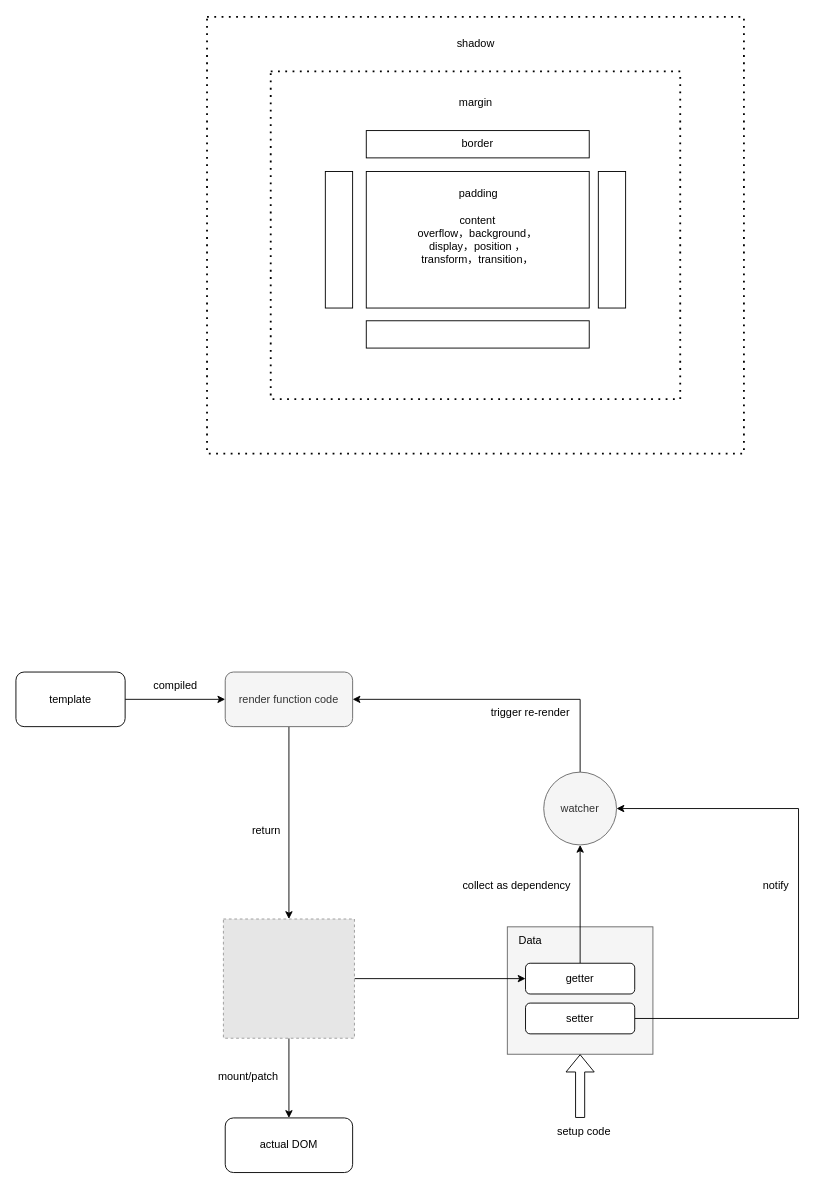
tearsmoon/drawio keeps this draw.io diagram as front_end.drawio. Above is the earlier version. Source tidied: cells renumbered, new cells numbered last; positions are measured from the earlier drawing's top-left corner, leaving out a move shared by most shapes. Both pictures are drawn from the tidied source at 91%, with x=0, y=0 at pixel (15, 16). Pictures stored in the file or linked from it are replaced by grey dashed boxes.
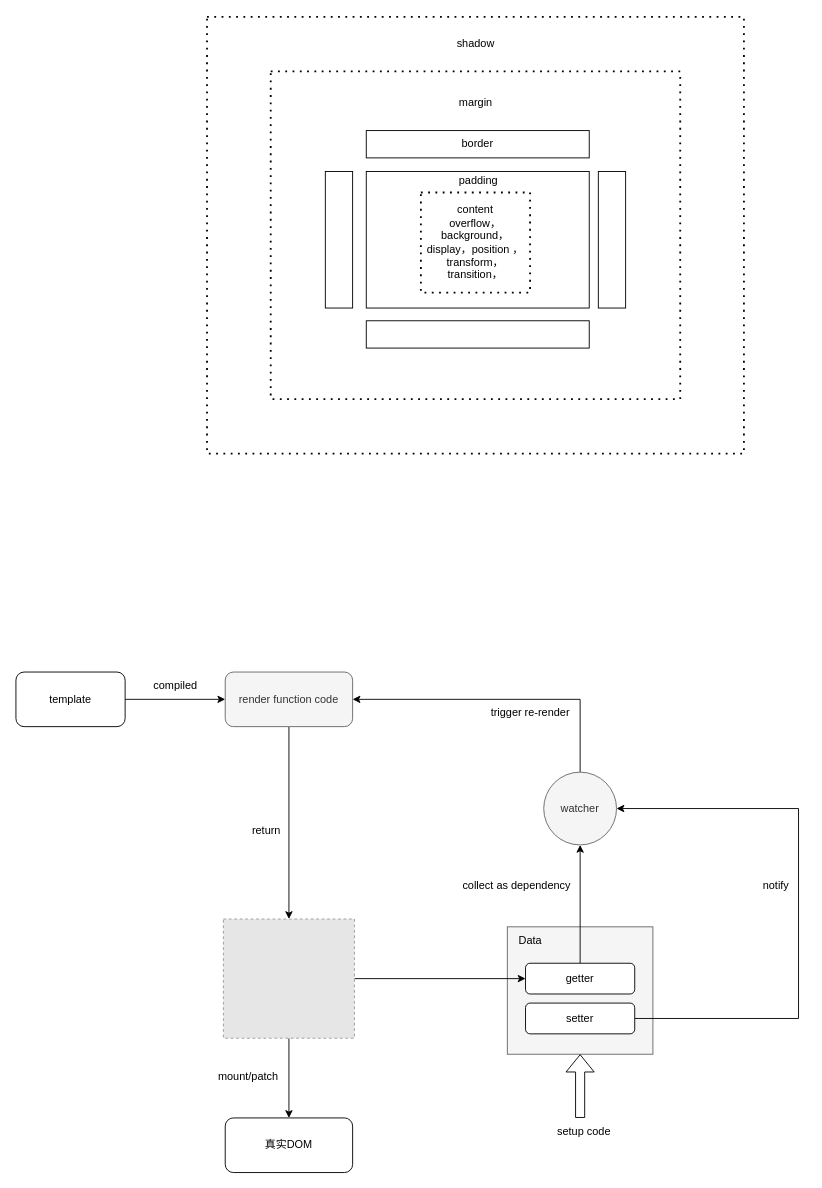
After the change.

The edit, as a diff of the source:
```diff
@@
-    <mxCell id="9" value="content&lt;br&gt;overflow，background，&lt;br&gt;display，position ，&lt;br&gt;transform，transition，" style="rounded=0;whiteSpace=wrap;html=1;" parent="1" vertex="1">
+    <mxCell id="9" style="rounded=0;whiteSpace=wrap;html=1;" parent="1" vertex="1">
       <mxGeometry x="385" y="170" width="245" height="150" as="geometry" />
     </mxCell>
     <mxCell id="10" value="padding" style="text;html=1;align=center;verticalAlign=middle;strokeColor=none;fillColor=none;" parent="1" vertex="1">
-      <mxGeometry x="472.5" y="180" width="70" height="30" as="geometry" />
+      <mxGeometry x="472.5" y="165" width="70" height="30" as="geometry" />
     </mxCell>
@@
-    <mxCell id="17" value="actual DOM" style="rounded=1;whiteSpace=wrap;html=1;" parent="1" vertex="1">
+    <mxCell id="17" value="真实DOM" style="rounded=1;whiteSpace=wrap;html=1;" parent="1" vertex="1">
       <mxGeometry x="230" y="1210" width="140" height="60" as="geometry" />
     </mxCell>
@@
+    <mxCell id="36" value="content&lt;br style=&quot;border-color: var(--border-color);&quot;&gt;overflow，background，&lt;br style=&quot;border-color: var(--border-color);&quot;&gt;display，position ，&lt;br style=&quot;border-color: var(--border-color);&quot;&gt;transform，transition，" style="rounded=0;whiteSpace=wrap;html=1;endArrow=none;dashed=1;html=1;dashPattern=1 3;strokeWidth=2;rounded=0;" parent="1" vertex="1">
+      <mxGeometry x="445" y="193" width="120" height="110" as="geometry" />
+    </mxCell>
```
